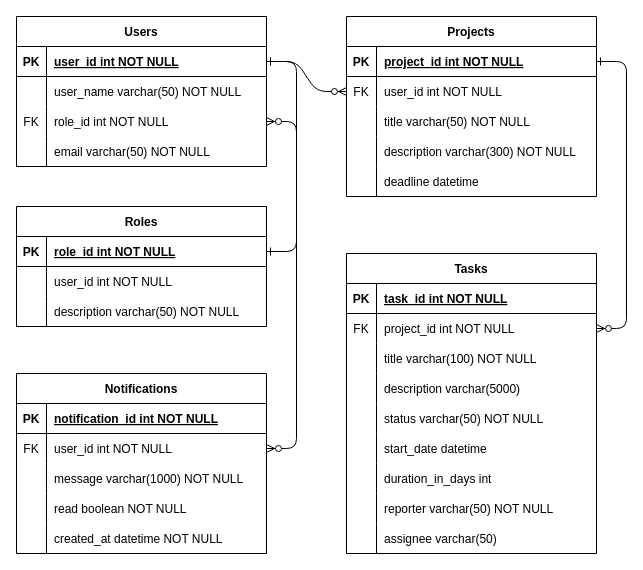
Nkosie199/Specnogram keeps this draw.io diagram as docs/Specnogram entity relationship diagram.drawio. Above is the earlier version. Source tidied: cells renumbered, new cells numbered last; positions are measured from the earlier drawing's top-left corner, leaving out a move shared by most shapes. Both pictures are drawn from the tidied source at 100%, with x=0, y=0 at pixel (-14, 16).
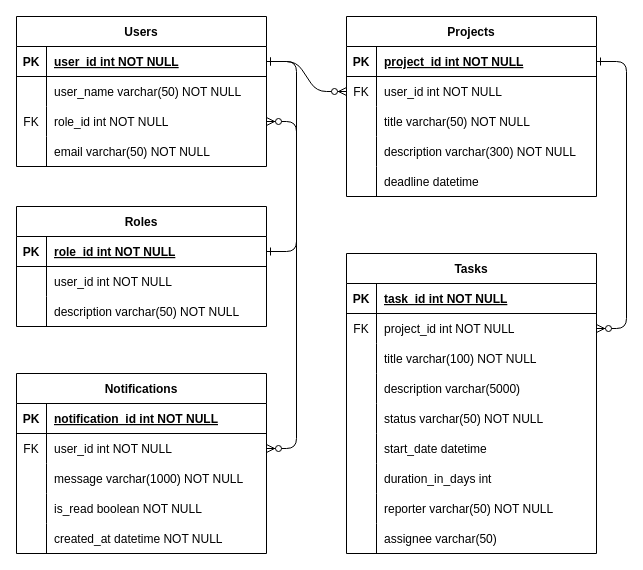
After the change.

Unchanged cells that the change refers to:
```xml
<mxCell id="82" style="shape=partialRectangle;fillColor=none;top=0;left=0;right=0;bottom=0;" parent="72" vertex="1">
  <mxGeometry y="120" width="250" height="30" as="geometry" />
</mxCell>
```

The edit, as a diff of the source:
```diff
@@
-    <mxCell id="84" value="read boolean NOT NULL" style="shape=partialRectangle;overflow=hidden;fillColor=none;top=0;left=0;bottom=0;right=0;align=left;spacingLeft=6;" parent="82" vertex="1">
+    <mxCell id="84" value="is_read boolean NOT NULL" style="shape=partialRectangle;overflow=hidden;fillColor=none;top=0;left=0;bottom=0;right=0;align=left;spacingLeft=6;" parent="82" vertex="1">
       <mxGeometry x="30" width="220" height="30" as="geometry" />
     </mxCell>
```
